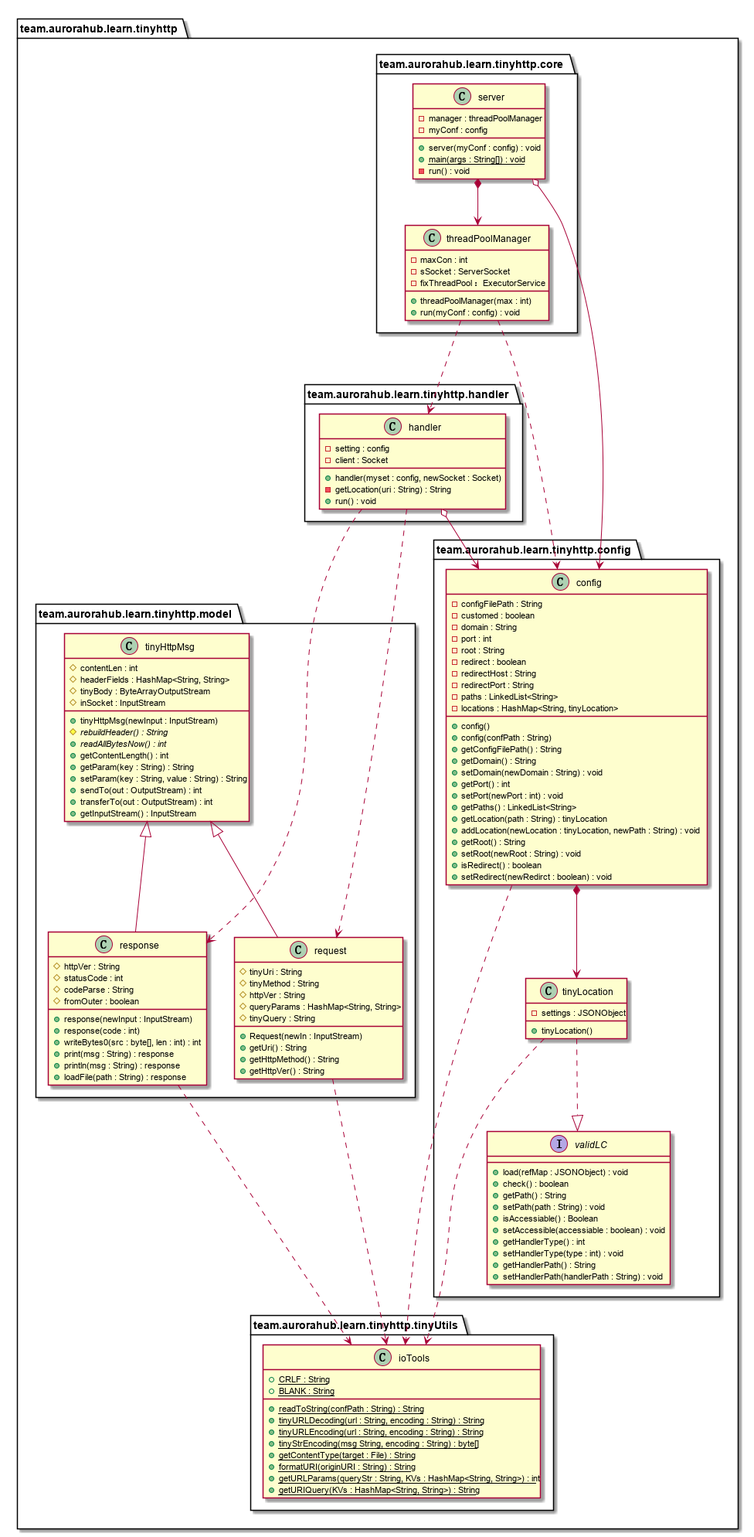
ChanthMiao/tinyhttp keeps this PlantUML diagram as resources/testWeb/pic/tinyhttp.png. Above is the earlier version.
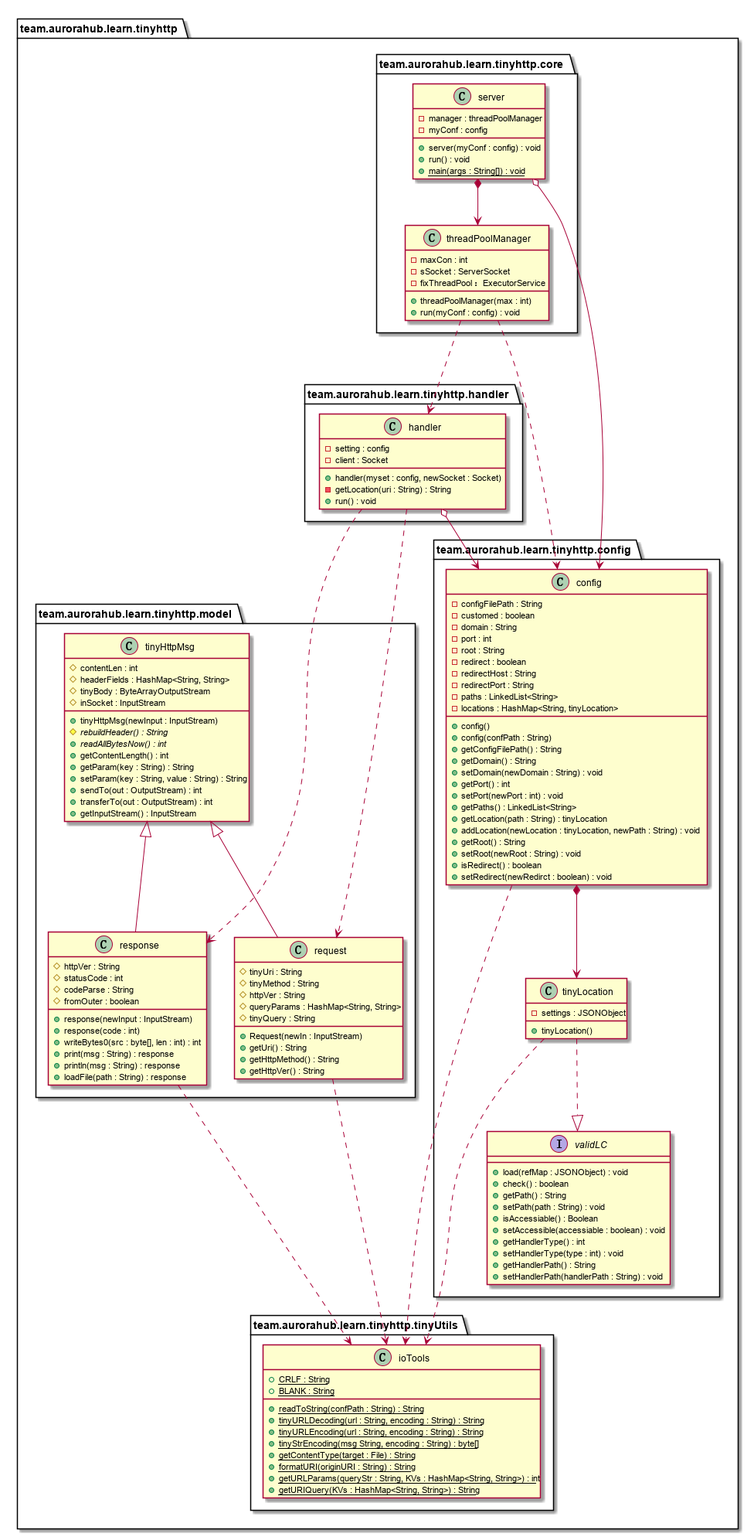
The same file after the commit.

Change to the diagram source:
```diff
@@ -128,8 +128,8 @@
             -manager : threadPoolManager
             -myConf : config
             +server(myConf : config) : void
+            +run() : void
             +{static}main(args : String[]) : void
-            -run() : void
         }
         server *--> threadPoolManager
         server o--> config
```
